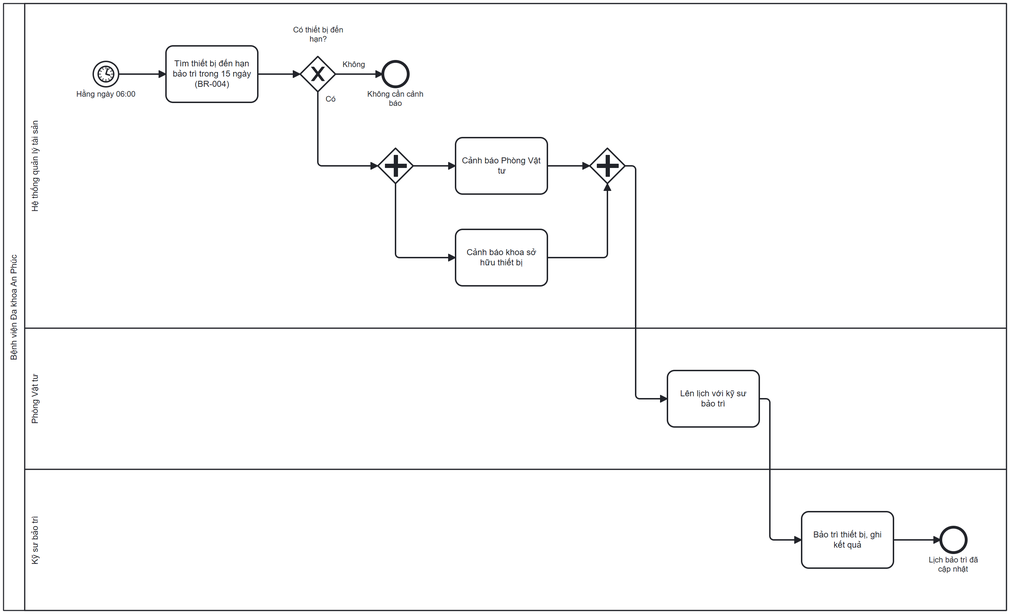
Above: BA-agent/BA-Documents-Outsource/diagrams/p3-bao-tri-tobe.png in sonbui31/BA-studies (BPMN), before the change. Its source is kept beside it as BA-agent/BA-Documents-Outsource/diagrams/p3-bao-tri-tobe.bpmn. Ids are renumbered.
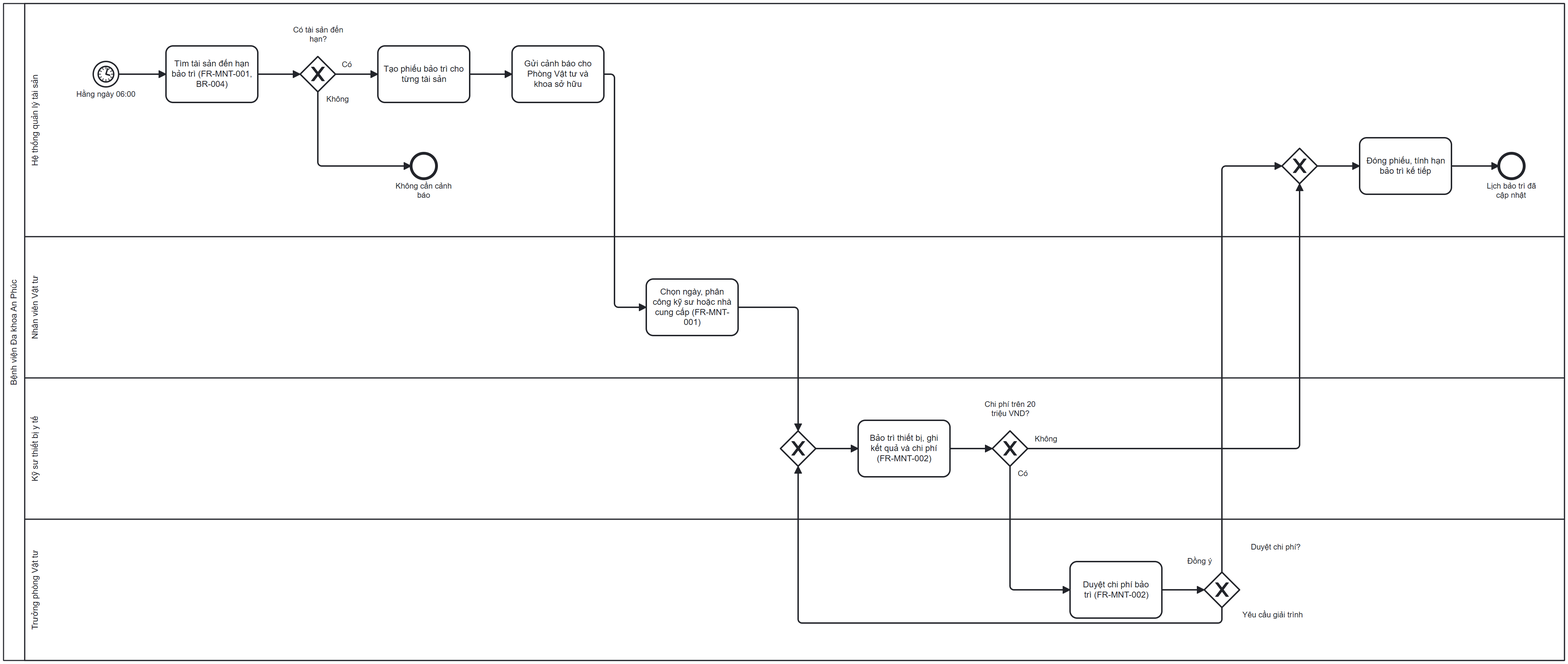
Above is the later version.

Change to the diagram source:
```diff
@@ -9,28 +9,34 @@
         <bpmn:flowNodeRef>t1</bpmn:flowNodeRef>
         <bpmn:flowNodeRef>g1</bpmn:flowNodeRef>
         <bpmn:flowNodeRef>end_none</bpmn:flowNodeRef>
-        <bpmn:flowNodeRef>p1</bpmn:flowNodeRef>
         <bpmn:flowNodeRef>t2</bpmn:flowNodeRef>
         <bpmn:flowNodeRef>t3</bpmn:flowNodeRef>
-        <bpmn:flowNodeRef>p2</bpmn:flowNodeRef>
+        <bpmn:flowNodeRef>m2</bpmn:flowNodeRef>
+        <bpmn:flowNodeRef>t7</bpmn:flowNodeRef>
+        <bpmn:flowNodeRef>end</bpmn:flowNodeRef>
       </bpmn:lane>
-      <bpmn:lane id="vat_tu" name="Phòng Vật tư">
+      <bpmn:lane id="nv_vat_tu" name="Nhân viên Vật tư">
         <bpmn:flowNodeRef>t4</bpmn:flowNodeRef>
       </bpmn:lane>
-      <bpmn:lane id="ky_su" name="Kỹ sư bảo trì">
+      <bpmn:lane id="ky_su" name="Kỹ sư thiết bị y tế">
+        <bpmn:flowNodeRef>m1</bpmn:flowNodeRef>
         <bpmn:flowNodeRef>t5</bpmn:flowNodeRef>
-        <bpmn:flowNodeRef>end</bpmn:flowNodeRef>
+        <bpmn:flowNodeRef>g2</bpmn:flowNodeRef>
+      </bpmn:lane>
+      <bpmn:lane id="tp_vat_tu" name="Trưởng phòng Vật tư">
+        <bpmn:flowNodeRef>t6</bpmn:flowNodeRef>
+        <bpmn:flowNodeRef>g3</bpmn:flowNodeRef>
       </bpmn:lane>
     </bpmn:laneSet>
     <bpmn:startEvent id="start" name="Hằng ngày 06:00">
       <bpmn:outgoing>Flow_1</bpmn:outgoing>
       <bpmn:timerEventDefinition id="start_def" />
     </bpmn:startEvent>
-    <bpmn:task id="t1" name="Tìm thiết bị đến hạn bảo trì trong 15 ngày (BR-004)">
+    <bpmn:task id="t1" name="Tìm tài sản đến hạn bảo trì (FR-MNT-001, BR-004)">
       <bpmn:incoming>Flow_1</bpmn:incoming>
       <bpmn:outgoing>Flow_2</bpmn:outgoing>
     </bpmn:task>
-    <bpmn:exclusiveGateway id="g1" name="Có thiết bị đến hạn?">
+    <bpmn:exclusiveGateway id="g1" name="Có tài sản đến hạn?">
       <bpmn:incoming>Flow_2</bpmn:incoming>
       <bpmn:outgoing>Flow_3</bpmn:outgoing>
       <bpmn:outgoing>Flow_4</bpmn:outgoing>
@@ -38,60 +44,86 @@
     <bpmn:endEvent id="end_none" name="Không cần cảnh báo">
       <bpmn:incoming>Flow_3</bpmn:incoming>
     </bpmn:endEvent>
-    <bpmn:parallelGateway id="p1" name="">
+    <bpmn:task id="t2" name="Tạo phiếu bảo trì cho từng tài sản">
       <bpmn:incoming>Flow_4</bpmn:incoming>
       <bpmn:outgoing>Flow_5</bpmn:outgoing>
+    </bpmn:task>
+    <bpmn:task id="t3" name="Gửi cảnh báo cho Phòng Vật tư và khoa sở hữu">
+      <bpmn:incoming>Flow_5</bpmn:incoming>
       <bpmn:outgoing>Flow_6</bpmn:outgoing>
-    </bpmn:parallelGateway>
-    <bpmn:task id="t2" name="Cảnh báo Phòng Vật tư">
-      <bpmn:incoming>Flow_5</bpmn:incoming>
+    </bpmn:task>
+    <bpmn:task id="t4" name="Chọn ngày, phân công kỹ sư hoặc nhà cung cấp (FR-MNT-001)">
+      <bpmn:incoming>Flow_6</bpmn:incoming>
       <bpmn:outgoing>Flow_7</bpmn:outgoing>
     </bpmn:task>
-    <bpmn:task id="t3" name="Cảnh báo khoa sở hữu thiết bị">
-      <bpmn:incoming>Flow_6</bpmn:incoming>
+    <bpmn:exclusiveGateway id="m1" name="">
+      <bpmn:incoming>Flow_7</bpmn:incoming>
+      <bpmn:incoming>Flow_14</bpmn:incoming>
       <bpmn:outgoing>Flow_8</bpmn:outgoing>
-    </bpmn:task>
-    <bpmn:parallelGateway id="p2" name="">
-      <bpmn:incoming>Flow_7</bpmn:incoming>
+    </bpmn:exclusiveGateway>
+    <bpmn:task id="t5" name="Bảo trì thiết bị, ghi kết quả và chi phí (FR-MNT-002)">
       <bpmn:incoming>Flow_8</bpmn:incoming>
       <bpmn:outgoing>Flow_9</bpmn:outgoing>
-    </bpmn:parallelGateway>
-    <bpmn:task id="t4" name="Lên lịch với kỹ sư bảo trì">
+    </bpmn:task>
+    <bpmn:exclusiveGateway id="g2" name="Chi phí trên 20 triệu VND?">
       <bpmn:incoming>Flow_9</bpmn:incoming>
       <bpmn:outgoing>Flow_10</bpmn:outgoing>
+      <bpmn:outgoing>Flow_11</bpmn:outgoing>
+    </bpmn:exclusiveGateway>
+    <bpmn:task id="t6" name="Duyệt chi phí bảo trì (FR-MNT-002)">
+      <bpmn:incoming>Flow_11</bpmn:incoming>
+      <bpmn:outgoing>Flow_12</bpmn:outgoing>
     </bpmn:task>
-    <bpmn:task id="t5" name="Bảo trì thiết bị, ghi kết quả">
+    <bpmn:exclusiveGateway id="g3" name="Duyệt chi phí?">
+      <bpmn:incoming>Flow_12</bpmn:incoming>
+      <bpmn:outgoing>Flow_13</bpmn:outgoing>
+      <bpmn:outgoing>Flow_14</bpmn:outgoing>
+    </bpmn:exclusiveGateway>
+    <bpmn:exclusiveGateway id="m2" name="">
       <bpmn:incoming>Flow_10</bpmn:incoming>
-      <bpmn:outgoing>Flow_11</bpmn:outgoing>
+      <bpmn:incoming>Flow_13</bpmn:incoming>
+      <bpmn:outgoing>Flow_15</bpmn:outgoing>
+    </bpmn:exclusiveGateway>
+    <bpmn:task id="t7" name="Đóng phiếu, tính hạn bảo trì kế tiếp">
+      <bpmn:incoming>Flow_15</bpmn:incoming>
+      <bpmn:outgoing>Flow_16</bpmn:outgoing>
     </bpmn:task>
     <bpmn:endEvent id="end" name="Lịch bảo trì đã cập nhật">
-      <bpmn:incoming>Flow_11</bpmn:incoming>
+      <bpmn:incoming>Flow_16</bpmn:incoming>
     </bpmn:endEvent>
     <bpmn:sequenceFlow id="Flow_1" sourceRef="start" targetRef="t1" />
     <bpmn:sequenceFlow id="Flow_2" sourceRef="t1" targetRef="g1" />
     <bpmn:sequenceFlow id="Flow_3" name="Không" sourceRef="g1" targetRef="end_none" />
-    <bpmn:sequenceFlow id="Flow_4" name="Có" sourceRef="g1" targetRef="p1" />
-    <bpmn:sequenceFlow id="Flow_5" sourceRef="p1" targetRef="t2" />
-    <bpmn:sequenceFlow id="Flow_6" sourceRef="p1" targetRef="t3" />
-    <bpmn:sequenceFlow id="Flow_7" sourceRef="t2" targetRef="p2" />
-    <bpmn:sequenceFlow id="Flow_8" sourceRef="t3" targetRef="p2" />
-    <bpmn:sequenceFlow id="Flow_9" sourceRef="p2" targetRef="t4" />
-    <bpmn:sequenceFlow id="Flow_10" sourceRef="t4" targetRef="t5" />
-    <bpmn:sequenceFlow id="Flow_11" sourceRef="t5" targetRef="end" />
+    <bpmn:sequenceFlow id="Flow_4" name="Có" sourceRef="g1" targetRef="t2" />
+    <bpmn:sequenceFlow id="Flow_5" sourceRef="t2" targetRef="t3" />
+    <bpmn:sequenceFlow id="Flow_6" sourceRef="t3" targetRef="t4" />
+    <bpmn:sequenceFlow id="Flow_7" sourceRef="t4" targetRef="m1" />
+    <bpmn:sequenceFlow id="Flow_8" sourceRef="m1" targetRef="t5" />
+    <bpmn:sequenceFlow id="Flow_9" sourceRef="t5" targetRef="g2" />
+    <bpmn:sequenceFlow id="Flow_10" name="Không" sourceRef="g2" targetRef="m2" />
+    <bpmn:sequenceFlow id="Flow_11" name="Có" sourceRef="g2" targetRef="t6" />
+    <bpmn:sequenceFlow id="Flow_12" sourceRef="t6" targetRef="g3" />
+    <bpmn:sequenceFlow id="Flow_13" name="Đồng ý" sourceRef="g3" targetRef="m2" />
+    <bpmn:sequenceFlow id="Flow_14" name="Yêu cầu giải trình" sourceRef="g3" targetRef="m1" />
+    <bpmn:sequenceFlow id="Flow_15" sourceRef="m2" targetRef="t7" />
+    <bpmn:sequenceFlow id="Flow_16" sourceRef="t7" targetRef="end" />
   </bpmn:process>
   <bpmndi:BPMNDiagram id="BPMNDiagram_p3_bao_tri_tobe">
     <bpmndi:BPMNPlane id="BPMNPlane_p3_bao_tri_tobe" bpmnElement="Collaboration_p3_bao_tri_tobe">
       <bpmndi:BPMNShape id="Participant_p3_bao_tri_tobe_di" bpmnElement="Participant_p3_bao_tri_tobe" isHorizontal="true">
-        <dc:Bounds x="160" y="80" width="1420" height="860" />
+        <dc:Bounds x="160" y="80" width="2210" height="930" />
       </bpmndi:BPMNShape>
       <bpmndi:BPMNShape id="he_thong_di" bpmnElement="he_thong" isHorizontal="true">
-        <dc:Bounds x="190" y="80" width="1390" height="460" />
+        <dc:Bounds x="190" y="80" width="2180" height="330" />
       </bpmndi:BPMNShape>
-      <bpmndi:BPMNShape id="vat_tu_di" bpmnElement="vat_tu" isHorizontal="true">
-        <dc:Bounds x="190" y="540" width="1390" height="200" />
+      <bpmndi:BPMNShape id="nv_vat_tu_di" bpmnElement="nv_vat_tu" isHorizontal="true">
+        <dc:Bounds x="190" y="410" width="2180" height="200" />
       </bpmndi:BPMNShape>
       <bpmndi:BPMNShape id="ky_su_di" bpmnElement="ky_su" isHorizontal="true">
-        <dc:Bounds x="190" y="740" width="1390" height="200" />
+        <dc:Bounds x="190" y="610" width="2180" height="200" />
+      </bpmndi:BPMNShape>
+      <bpmndi:BPMNShape id="tp_vat_tu_di" bpmnElement="tp_vat_tu" isHorizontal="true">
+        <dc:Bounds x="190" y="810" width="2180" height="200" />
       </bpmndi:BPMNShape>
       <bpmndi:BPMNShape id="start_di" bpmnElement="start">
         <dc:Bounds x="287" y="162" width="36" height="36" />
@@ -109,33 +141,51 @@
         </bpmndi:BPMNLabel>
       </bpmndi:BPMNShape>
       <bpmndi:BPMNShape id="end_none_di" bpmnElement="end_none">
-        <dc:Bounds x="697" y="162" width="36" height="36" />
+        <dc:Bounds x="737" y="292" width="36" height="36" />
         <bpmndi:BPMNLabel>
-          <dc:Bounds x="660" y="202" width="110" height="40" />
+          <dc:Bounds x="700" y="332" width="110" height="40" />
         </bpmndi:BPMNLabel>
       </bpmndi:BPMNShape>
-      <bpmndi:BPMNShape id="p1_di" bpmnElement="p1">
-        <dc:Bounds x="690" y="285" width="50" height="50" />
-      </bpmndi:BPMNShape>
       <bpmndi:BPMNShape id="t2_di" bpmnElement="t2">
-        <dc:Bounds x="800" y="270" width="130" height="80" />
+        <dc:Bounds x="690" y="140" width="130" height="80" />
       </bpmndi:BPMNShape>
       <bpmndi:BPMNShape id="t3_di" bpmnElement="t3">
-        <dc:Bounds x="800" y="400" width="130" height="80" />
-      </bpmndi:BPMNShape>
-      <bpmndi:BPMNShape id="p2_di" bpmnElement="p2">
-        <dc:Bounds x="990" y="285" width="50" height="50" />
+        <dc:Bounds x="880" y="140" width="130" height="80" />
       </bpmndi:BPMNShape>
       <bpmndi:BPMNShape id="t4_di" bpmnElement="t4">
-        <dc:Bounds x="1100" y="600" width="130" height="80" />
+        <dc:Bounds x="1070" y="470" width="130" height="80" />
+      </bpmndi:BPMNShape>
+      <bpmndi:BPMNShape id="m1_di" bpmnElement="m1" isMarkerVisible="true">
+        <dc:Bounds x="1260" y="685" width="50" height="50" />
       </bpmndi:BPMNShape>
       <bpmndi:BPMNShape id="t5_di" bpmnElement="t5">
-        <dc:Bounds x="1290" y="800" width="130" height="80" />
+        <dc:Bounds x="1370" y="670" width="130" height="80" />
+      </bpmndi:BPMNShape>
+      <bpmndi:BPMNShape id="g2_di" bpmnElement="g2" isMarkerVisible="true">
+        <dc:Bounds x="1560" y="685" width="50" height="50" />
+        <bpmndi:BPMNLabel>
+          <dc:Bounds x="1530" y="641" width="110" height="40" />
+        </bpmndi:BPMNLabel>
+      </bpmndi:BPMNShape>
+      <bpmndi:BPMNShape id="t6_di" bpmnElement="t6">
+        <dc:Bounds x="1670" y="870" width="130" height="80" />
+      </bpmndi:BPMNShape>
+      <bpmndi:BPMNShape id="g3_di" bpmnElement="g3" isMarkerVisible="true">
+        <dc:Bounds x="1860" y="885" width="50" height="50" />
+        <bpmndi:BPMNLabel>
+          <dc:Bounds x="1906" y="843" width="110" height="40" />
+        </bpmndi:BPMNLabel>
+      </bpmndi:BPMNShape>
+      <bpmndi:BPMNShape id="m2_di" bpmnElement="m2" isMarkerVisible="true">
+        <dc:Bounds x="1970" y="285" width="50" height="50" />
+      </bpmndi:BPMNShape>
+      <bpmndi:BPMNShape id="t7_di" bpmnElement="t7">
+        <dc:Bounds x="2080" y="270" width="130" height="80" />
       </bpmndi:BPMNShape>
       <bpmndi:BPMNShape id="end_di" bpmnElement="end">
-        <dc:Bounds x="1487" y="822" width="36" height="36" />
+        <dc:Bounds x="2277" y="292" width="36" height="36" />
         <bpmndi:BPMNLabel>
-          <dc:Bounds x="1450" y="862" width="110" height="40" />
+          <dc:Bounds x="2240" y="332" width="110" height="40" />
         </bpmndi:BPMNLabel>
       </bpmndi:BPMNShape>
       <bpmndi:BPMNEdge id="Flow_1_di" bpmnElement="Flow_1">
@@ -147,49 +197,75 @@
         <di:waypoint x="580" y="180" />
       </bpmndi:BPMNEdge>
       <bpmndi:BPMNEdge id="Flow_3_di" bpmnElement="Flow_3">
-        <di:waypoint x="630" y="180" />
-        <di:waypoint x="697" y="180" />
-        <bpmndi:BPMNLabel><dc:Bounds x="634" y="160" width="44" height="18" /></bpmndi:BPMNLabel>
+        <di:waypoint x="605" y="205" />
+        <di:waypoint x="605" y="310" />
+        <di:waypoint x="737" y="310" />
+        <bpmndi:BPMNLabel><dc:Bounds x="611" y="209" width="44" height="18" /></bpmndi:BPMNLabel>
       </bpmndi:BPMNEdge>
       <bpmndi:BPMNEdge id="Flow_4_di" bpmnElement="Flow_4">
-        <di:waypoint x="605" y="205" />
-        <di:waypoint x="605" y="310" />
-        <di:waypoint x="690" y="310" />
-        <bpmndi:BPMNLabel><dc:Bounds x="611" y="209" width="24" height="18" /></bpmndi:BPMNLabel>
+        <di:waypoint x="630" y="180" />
+        <di:waypoint x="690" y="180" />
+        <bpmndi:BPMNLabel><dc:Bounds x="634" y="160" width="24" height="18" /></bpmndi:BPMNLabel>
       </bpmndi:BPMNEdge>
       <bpmndi:BPMNEdge id="Flow_5_di" bpmnElement="Flow_5">
-        <di:waypoint x="740" y="310" />
-        <di:waypoint x="800" y="310" />
+        <di:waypoint x="820" y="180" />
+        <di:waypoint x="880" y="180" />
       </bpmndi:BPMNEdge>
       <bpmndi:BPMNEdge id="Flow_6_di" bpmnElement="Flow_6">
-        <di:waypoint x="715" y="335" />
-        <di:waypoint x="715" y="440" />
-        <di:waypoint x="800" y="440" />
+        <di:waypoint x="1010" y="180" />
+        <di:waypoint x="1025" y="180" />
+        <di:waypoint x="1025" y="510" />
+        <di:waypoint x="1070" y="510" />
       </bpmndi:BPMNEdge>
       <bpmndi:BPMNEdge id="Flow_7_di" bpmnElement="Flow_7">
-        <di:waypoint x="930" y="310" />
-        <di:waypoint x="990" y="310" />
+        <di:waypoint x="1200" y="510" />
+        <di:waypoint x="1285" y="510" />
+        <di:waypoint x="1285" y="685" />
       </bpmndi:BPMNEdge>
       <bpmndi:BPMNEdge id="Flow_8_di" bpmnElement="Flow_8">
-        <di:waypoint x="930" y="440" />
-        <di:waypoint x="1015" y="440" />
-        <di:waypoint x="1015" y="335" />
+        <di:waypoint x="1310" y="710" />
+        <di:waypoint x="1370" y="710" />
       </bpmndi:BPMNEdge>
       <bpmndi:BPMNEdge id="Flow_9_di" bpmnElement="Flow_9">
-        <di:waypoint x="1040" y="310" />
-        <di:waypoint x="1055" y="310" />
-        <di:waypoint x="1055" y="640" />
-        <di:waypoint x="1100" y="640" />
+        <di:waypoint x="1500" y="710" />
+        <di:waypoint x="1560" y="710" />
       </bpmndi:BPMNEdge>
       <bpmndi:BPMNEdge id="Flow_10_di" bpmnElement="Flow_10">
-        <di:waypoint x="1230" y="640" />
-        <di:waypoint x="1245" y="640" />
-        <di:waypoint x="1245" y="840" />
-        <di:waypoint x="1290" y="840" />
+        <di:waypoint x="1610" y="710" />
+        <di:waypoint x="1995" y="710" />
+        <di:waypoint x="1995" y="335" />
+        <bpmndi:BPMNLabel><dc:Bounds x="1614" y="690" width="44" height="18" /></bpmndi:BPMNLabel>
       </bpmndi:BPMNEdge>
       <bpmndi:BPMNEdge id="Flow_11_di" bpmnElement="Flow_11">
-        <di:waypoint x="1420" y="840" />
-        <di:waypoint x="1487" y="840" />
+        <di:waypoint x="1585" y="735" />
+        <di:waypoint x="1585" y="910" />
+        <di:waypoint x="1670" y="910" />
+        <bpmndi:BPMNLabel><dc:Bounds x="1591" y="739" width="24" height="18" /></bpmndi:BPMNLabel>
+      </bpmndi:BPMNEdge>
+      <bpmndi:BPMNEdge id="Flow_12_di" bpmnElement="Flow_12">
+        <di:waypoint x="1800" y="910" />
+        <di:waypoint x="1860" y="910" />
+      </bpmndi:BPMNEdge>
+      <bpmndi:BPMNEdge id="Flow_13_di" bpmnElement="Flow_13">
+        <di:waypoint x="1885" y="885" />
+        <di:waypoint x="1885" y="310" />
+        <di:waypoint x="1970" y="310" />
+        <bpmndi:BPMNLabel><dc:Bounds x="1828" y="863" width="51" height="18" /></bpmndi:BPMNLabel>
+      </bpmndi:BPMNEdge>
+      <bpmndi:BPMNEdge id="Flow_14_di" bpmnElement="Flow_14">
+        <di:waypoint x="1885" y="935" />
+        <di:waypoint x="1885" y="957" />
+        <di:waypoint x="1285" y="957" />
+        <di:waypoint x="1285" y="735" />
+        <bpmndi:BPMNLabel><dc:Bounds x="1891" y="939" width="130" height="34" /></bpmndi:BPMNLabel>
+      </bpmndi:BPMNEdge>
+      <bpmndi:BPMNEdge id="Flow_15_di" bpmnElement="Flow_15">
+        <di:waypoint x="2020" y="310" />
+        <di:waypoint x="2080" y="310" />
+      </bpmndi:BPMNEdge>
+      <bpmndi:BPMNEdge id="Flow_16_di" bpmnElement="Flow_16">
+        <di:waypoint x="2210" y="310" />
+        <di:waypoint x="2277" y="310" />
       </bpmndi:BPMNEdge>
     </bpmndi:BPMNPlane>
   </bpmndi:BPMNDiagram>
```
